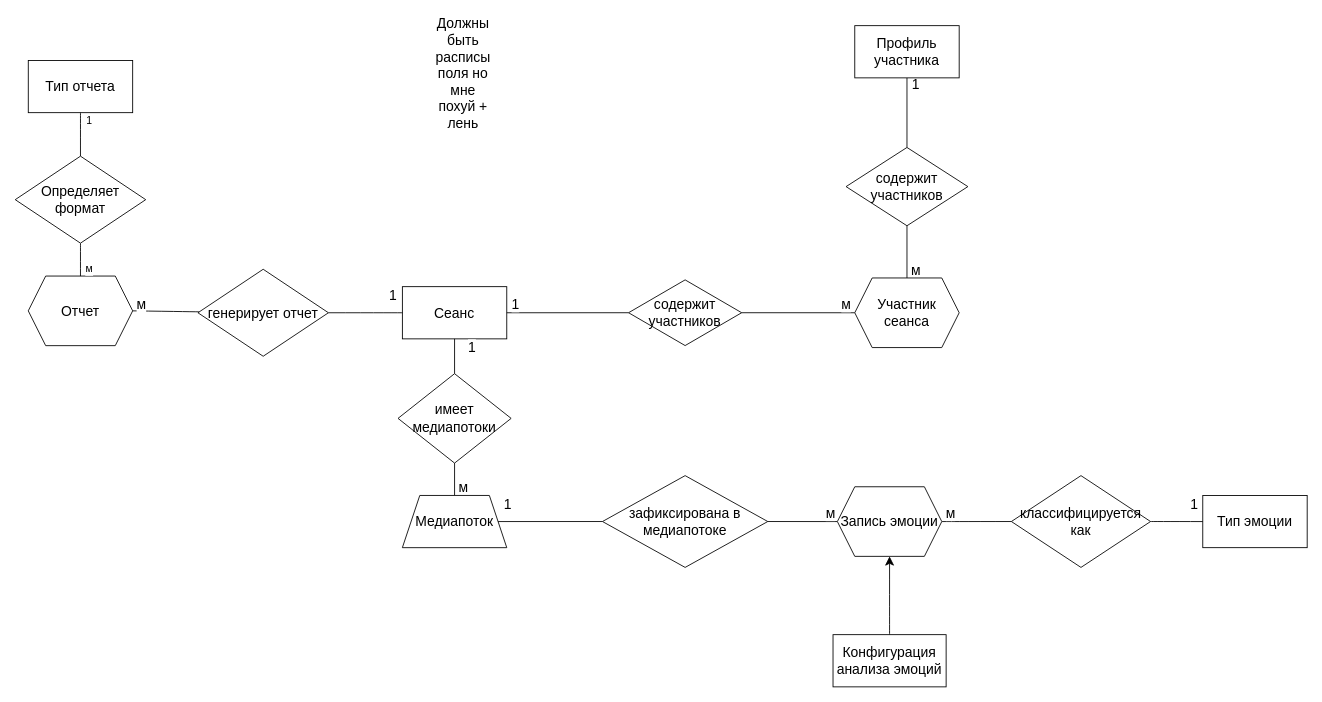
This is вкр/log/log.drawio from Hetsunya/diplom, a draw.io file, before an edit. Source tidied: cells renumbered, new cells numbered last; positions are measured from the earlier drawing's top-left corner, leaving out a move shared by most shapes. Both pictures are drawn from the tidied source at 87%, with x=0, y=0 at pixel (15, 25).
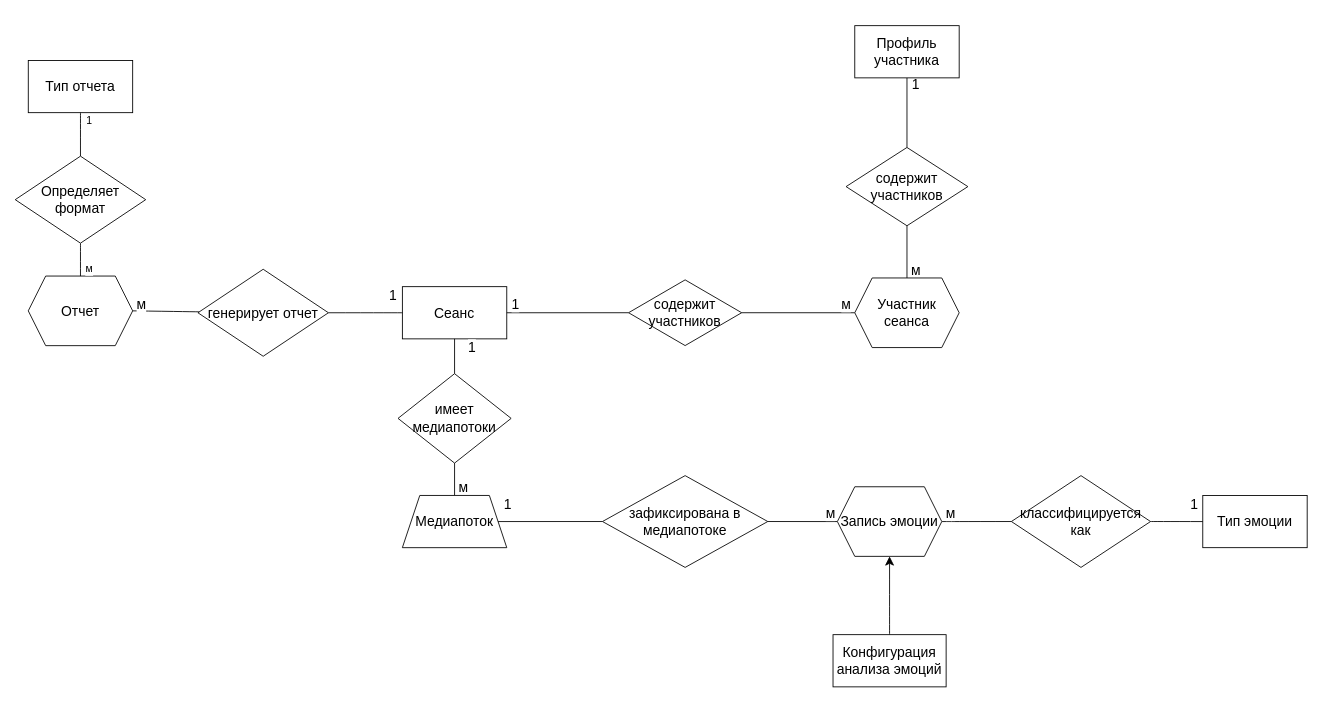
Above is the later version.

Diff of the diagram source:
```diff
@@
-    <mxCell id="34" value="Должны быть расписы поля но мне похуй + лень" style="text;strokeColor=none;align=center;fillColor=none;html=1;verticalAlign=middle;whiteSpace=wrap;rounded=0;fontSize=16;" parent="1" vertex="1">
-      <mxGeometry x="485" y="40" width="60" height="30" as="geometry" />
-    </mxCell>
```
